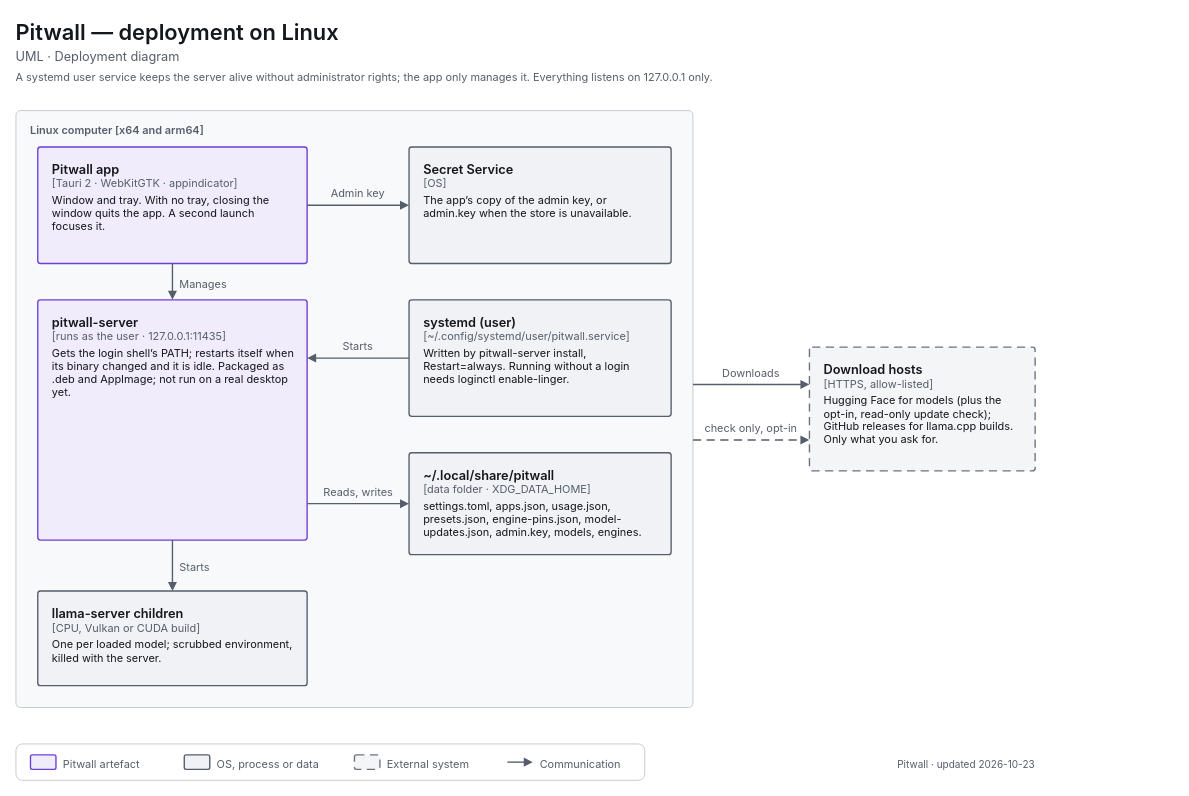
The draw.io diagram apps/pitwall/docs/diagrams/uml-deployment-linux.drawio in decryp7/paddock, before the edit. Source tidied: cells renumbered, new cells numbered last; positions are measured from the earlier drawing's top-left corner, leaving out a move shared by most shapes. Both pictures are drawn from the tidied source at 91%, with x=0, y=0 at pixel (15, 15).
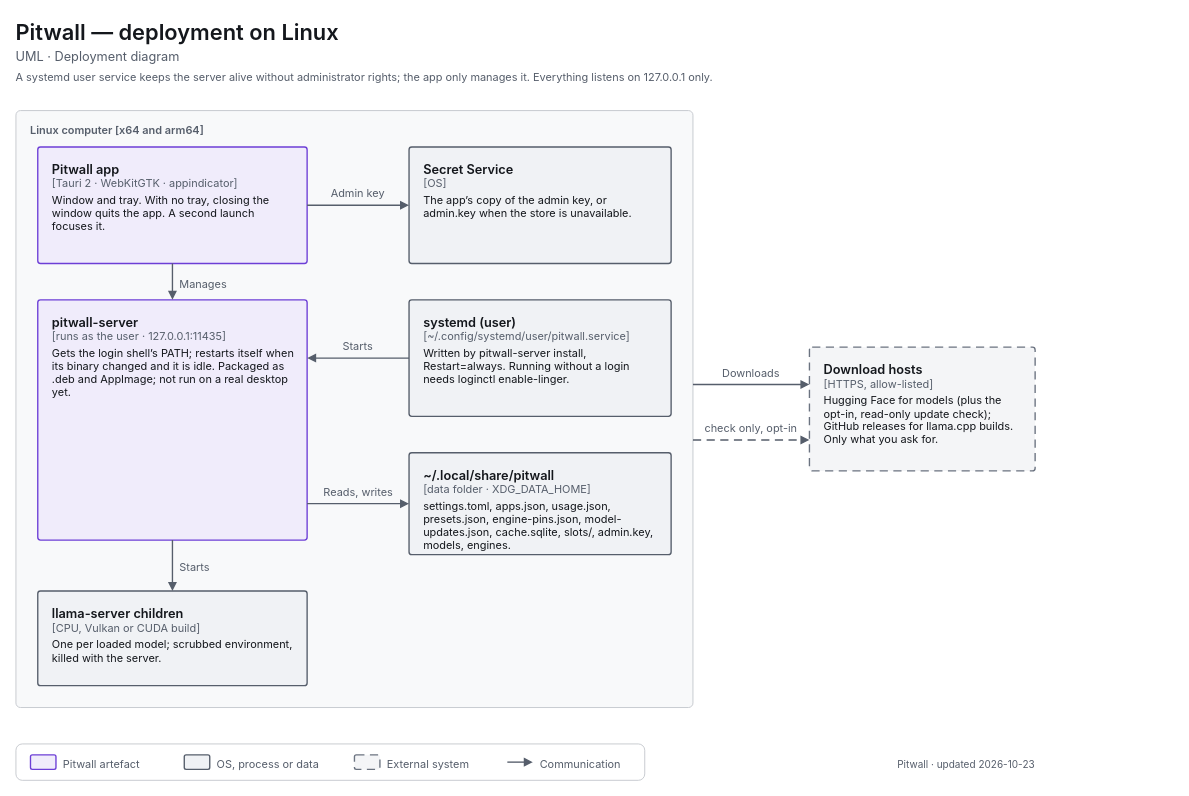
The same page after the edit.

What changed in the source:
```diff
@@
-    <mxCell id="10" value="&lt;span style=&quot;font-size:14px;font-weight:600&quot;&gt;~/.local/share/pitwall&lt;/span&gt;&lt;br&gt;&lt;span style=&quot;font-size:12px;color:light-dark(#565E6B,#A0A7B2)&quot;&gt;[data folder · XDG_DATA_HOME]&lt;/span&gt;&lt;br&gt;&lt;div style=&quot;margin-top:4px;font-size:12px&quot;&gt;settings.toml, apps.json, usage.json, presets.json, engine-pins.json, model-updates.json, admin.key, models, engines.&lt;/div&gt;" style="html=1;whiteSpace=wrap;fontFamily=-apple-system,BlinkMacSystemFont,Segoe UI,system-ui,sans-serif;fontSize=12;fontColor=light-dark(#14171C,#ECEEF1);rounded=1;absoluteArcSize=1;arcSize=6;strokeWidth=1.5;strokeColor=light-dark(#565E6B,#A0A7B2);fillColor=light-dark(#F0F2F5,#1B1E23);align=left;verticalAlign=top;spacingLeft=14;spacingRight=14;spacingTop=10;spacingBottom=8;" parent="1" vertex="1">
+    <mxCell id="10" value="&lt;span style=&quot;font-size:14px;font-weight:600&quot;&gt;~/.local/share/pitwall&lt;/span&gt;&lt;br&gt;&lt;span style=&quot;font-size:12px;color:light-dark(#565E6B,#A0A7B2)&quot;&gt;[data folder · XDG_DATA_HOME]&lt;/span&gt;&lt;br&gt;&lt;div style=&quot;margin-top:4px;font-size:12px&quot;&gt;settings.toml, apps.json, usage.json, presets.json, engine-pins.json, model-updates.json, cache.sqlite, slots/, admin.key, models, engines.&lt;/div&gt;" style="html=1;whiteSpace=wrap;fontFamily=-apple-system,BlinkMacSystemFont,Segoe UI,system-ui,sans-serif;fontSize=12;fontColor=light-dark(#14171C,#ECEEF1);rounded=1;absoluteArcSize=1;arcSize=6;strokeWidth=1.5;strokeColor=light-dark(#565E6B,#A0A7B2);fillColor=light-dark(#F0F2F5,#1B1E23);align=left;verticalAlign=top;spacingLeft=14;spacingRight=14;spacingTop=10;spacingBottom=8;" parent="1" vertex="1">
       <mxGeometry x="432" y="480" width="288" height="112" as="geometry" />
     </mxCell>
```
